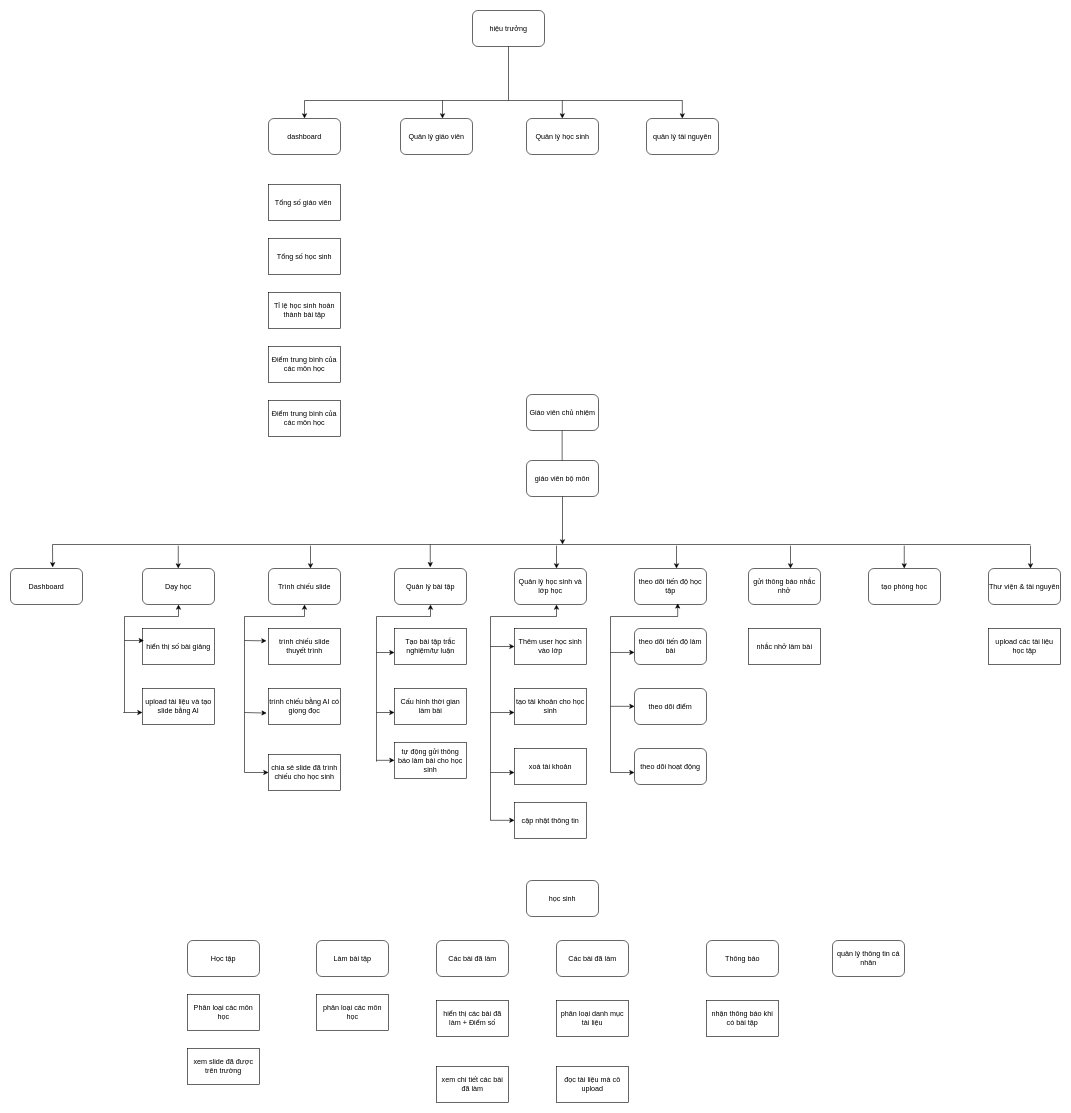
Before: studydr.drawio in vuongnd03/black-had, a draw.io diagram. Source tidied: cells renumbered, new cells numbered last; positions are measured from the earlier drawing's top-left corner, leaving out a move shared by most shapes. Both pictures are drawn from the tidied source at 60%, with x=0, y=0 at pixel (10, 10).
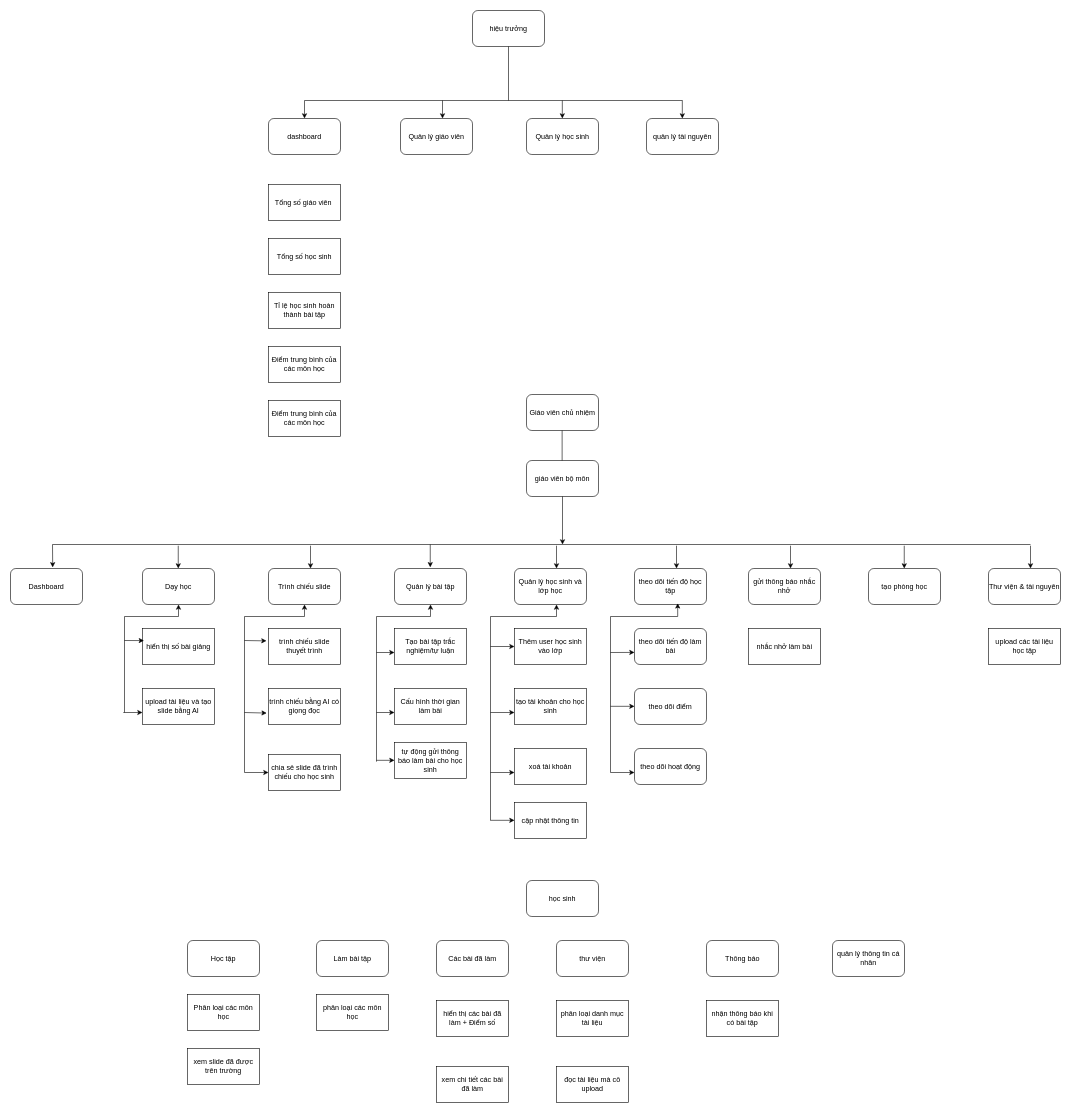
The same diagram, later.

Change to the diagram source:
```diff
@@
-    <mxCell id="75" value="Các bài đã làm" style="rounded=1;whiteSpace=wrap;html=1;" parent="1" vertex="1">
+    <mxCell id="75" value="thư viện" style="rounded=1;whiteSpace=wrap;html=1;" parent="1" vertex="1">
       <mxGeometry x="910" y="1550" width="120" height="60" as="geometry" />
     </mxCell>
```
